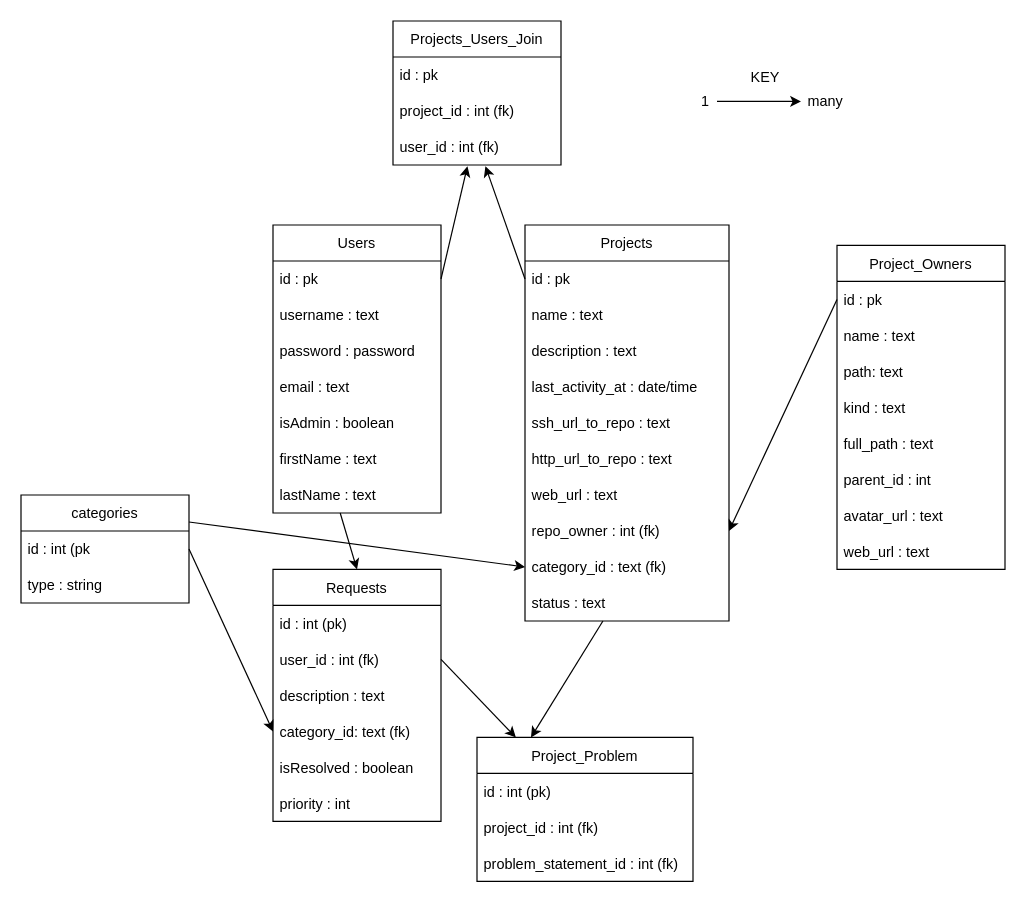
Before: server/schema.drawio in sjmcclure2/Red-X, a draw.io diagram. Source tidied: cells renumbered, new cells numbered last; positions are measured from the earlier drawing's top-left corner, leaving out a move shared by most shapes. Both pictures are drawn from the tidied source at 120%, with x=0, y=0 at pixel (20, 20).
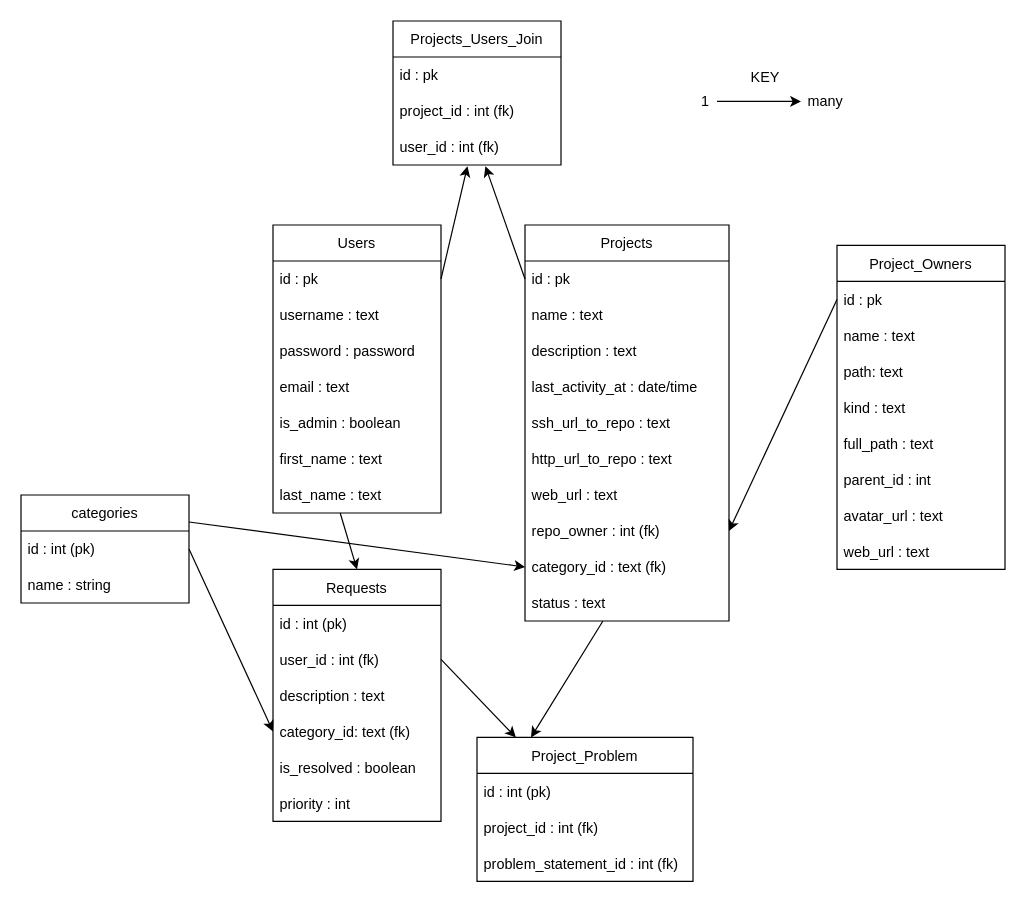
The same page after the edit.

The change refers to these unchanged cells:
```xml
<mxCell id="2" value="Users" style="swimlane;fontStyle=0;horizontal=1;startSize=30;" parent="1" vertex="1">
  <mxGeometry x="210" y="170" width="140" height="240" as="geometry" />
</mxCell>
<mxCell id="37" value="Requests" style="swimlane;fontStyle=0;horizontal=1;startSize=30;" parent="1" vertex="1">
  <mxGeometry x="210" y="457" width="140" height="210" as="geometry" />
</mxCell>
<mxCell id="52" value="categories" style="swimlane;fontStyle=0;horizontal=1;startSize=30;" parent="1" vertex="1">
  <mxGeometry y="395" width="140" height="90" as="geometry" />
</mxCell>
```

The edit, as a diff of the source:
```diff
@@
-    <mxCell id="7" value="isAdmin : boolean" style="text;strokeColor=none;fillColor=none;align=left;verticalAlign=middle;spacingLeft=4;spacingRight=4;overflow=hidden;" parent="2" vertex="1">
+    <mxCell id="7" value="is_admin : boolean" style="text;strokeColor=none;fillColor=none;align=left;verticalAlign=middle;spacingLeft=4;spacingRight=4;overflow=hidden;" parent="2" vertex="1">
       <mxGeometry y="150" width="140" height="30" as="geometry" />
     </mxCell>
-    <mxCell id="8" value="firstName : text" style="text;strokeColor=none;fillColor=none;align=left;verticalAlign=middle;spacingLeft=4;spacingRight=4;overflow=hidden;" parent="2" vertex="1">
+    <mxCell id="8" value="first_name : text" style="text;strokeColor=none;fillColor=none;align=left;verticalAlign=middle;spacingLeft=4;spacingRight=4;overflow=hidden;" parent="2" vertex="1">
       <mxGeometry y="180" width="140" height="30" as="geometry" />
     </mxCell>
-    <mxCell id="9" value="lastName : text" style="text;strokeColor=none;fillColor=none;align=left;verticalAlign=middle;spacingLeft=4;spacingRight=4;overflow=hidden;points=[[0,0.5],[1,0.5]];portConstraint=eastwest;" parent="2" vertex="1">
+    <mxCell id="9" value="last_name : text" style="text;strokeColor=none;fillColor=none;align=left;verticalAlign=middle;spacingLeft=4;spacingRight=4;overflow=hidden;points=[[0,0.5],[1,0.5]];portConstraint=eastwest;" parent="2" vertex="1">
       <mxGeometry y="210" width="140" height="30" as="geometry" />
     </mxCell>
@@
-    <mxCell id="42" value="isResolved : boolean" style="text;strokeColor=none;fillColor=none;align=left;verticalAlign=middle;spacingLeft=4;spacingRight=4;overflow=hidden;" parent="37" vertex="1">
+    <mxCell id="42" value="is_resolved : boolean" style="text;strokeColor=none;fillColor=none;align=left;verticalAlign=middle;spacingLeft=4;spacingRight=4;overflow=hidden;" parent="37" vertex="1">
       <mxGeometry y="150" width="140" height="30" as="geometry" />
     </mxCell>
@@
-    <mxCell id="53" value="id : int (pk" style="text;strokeColor=none;fillColor=none;align=left;verticalAlign=middle;spacingLeft=4;spacingRight=4;overflow=hidden;points=[[0,0.5],[1,0.5]];portConstraint=eastwest;" parent="52" vertex="1">
+    <mxCell id="53" value="id : int (pk)" style="text;strokeColor=none;fillColor=none;align=left;verticalAlign=middle;spacingLeft=4;spacingRight=4;overflow=hidden;points=[[0,0.5],[1,0.5]];portConstraint=eastwest;" parent="52" vertex="1">
       <mxGeometry y="30" width="140" height="30" as="geometry" />
     </mxCell>
-    <mxCell id="54" value="type : string" style="text;strokeColor=none;fillColor=none;align=left;verticalAlign=middle;spacingLeft=4;spacingRight=4;overflow=hidden;" parent="52" vertex="1">
+    <mxCell id="54" value="name : string" style="text;strokeColor=none;fillColor=none;align=left;verticalAlign=middle;spacingLeft=4;spacingRight=4;overflow=hidden;" parent="52" vertex="1">
       <mxGeometry y="60" width="140" height="30" as="geometry" />
     </mxCell>
```
